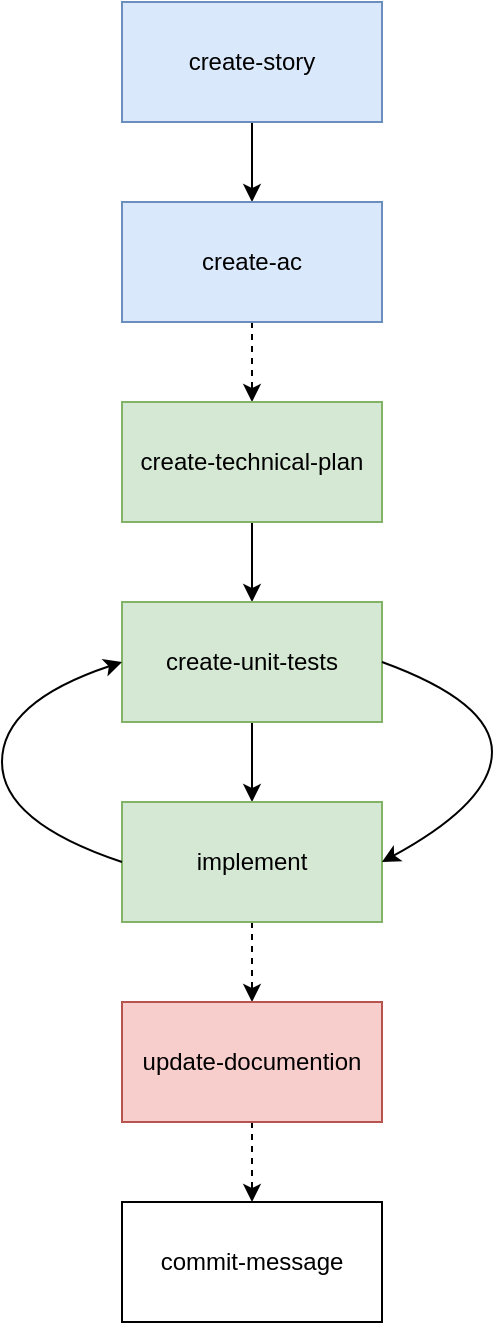
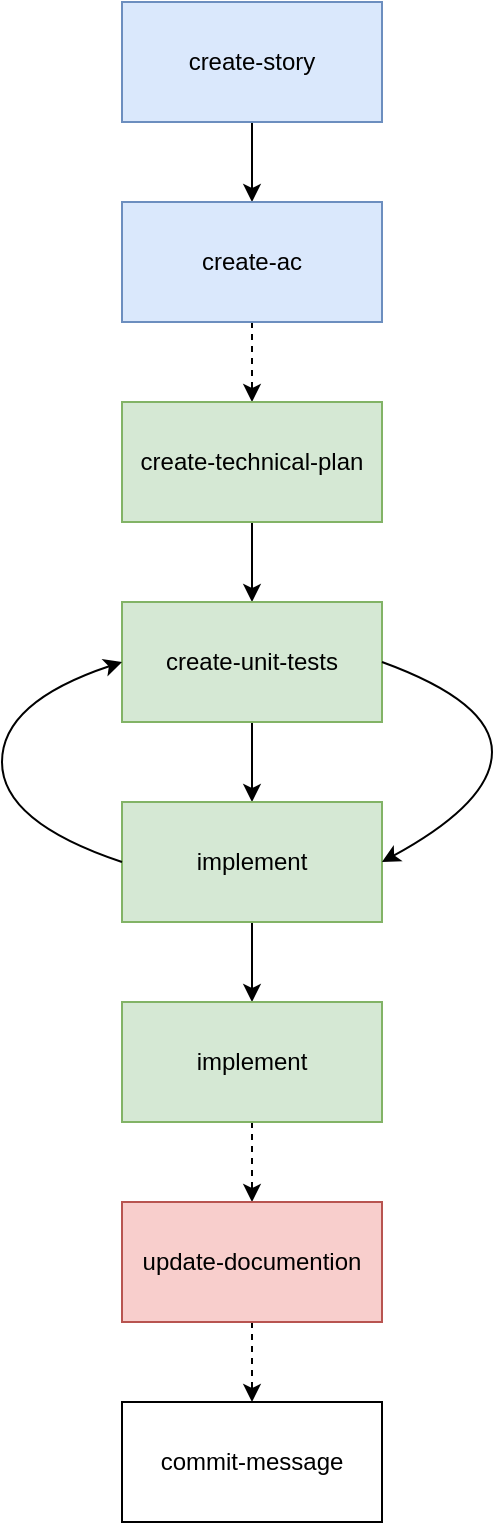
<mxfile host="65bd71144e">
    <diagram id="PQEypnXB2uoYxkG6yrzB" name="Page-1">
-         <mxGraphModel dx="447" dy="822" grid="1" gridSize="10" guides="1" tooltips="1" connect="1" arrows="1" fold="1" page="1" pageScale="1" pageWidth="850" pageHeight="1100" math="0" shadow="0">
+         <mxGraphModel dx="304" dy="643" grid="1" gridSize="10" guides="1" tooltips="1" connect="1" arrows="1" fold="1" page="1" pageScale="1" pageWidth="850" pageHeight="1100" math="0" shadow="0">
            <root>
                <mxCell id="0"/>
                <mxCell id="1" parent="0"/>
                <mxCell id="4" style="edgeStyle=none;html=1;entryX=0.5;entryY=0;entryDx=0;entryDy=0;" parent="1" source="2" target="3" edge="1">
                    <mxGeometry relative="1" as="geometry"/>
                </mxCell>
                <mxCell id="2" value="create-story" style="rounded=0;whiteSpace=wrap;html=1;fillColor=#dae8fc;strokeColor=#6c8ebf;" parent="1" vertex="1">
                    <mxGeometry x="200" y="280" width="130" height="60" as="geometry"/>
                </mxCell>
-                 <mxCell id="21" style="edgeStyle=none;html=1;entryX=0.5;entryY=0;entryDx=0;entryDy=0;dashed=1;" edge="1" parent="1" source="3" target="5">
+                 <mxCell id="21" style="edgeStyle=none;html=1;entryX=0.5;entryY=0;entryDx=0;entryDy=0;dashed=1;" parent="1" source="3" target="5" edge="1">
                    <mxGeometry relative="1" as="geometry"/>
                </mxCell>
                <mxCell id="3" value="create-ac" style="rounded=0;whiteSpace=wrap;html=1;fillColor=#dae8fc;strokeColor=#6c8ebf;" parent="1" vertex="1">
                    <mxGeometry x="200" y="380" width="130" height="60" as="geometry"/>
                </mxCell>
                <mxCell id="9" style="edgeStyle=none;html=1;entryX=0.5;entryY=0;entryDx=0;entryDy=0;" parent="1" source="5" target="8" edge="1">
                    <mxGeometry relative="1" as="geometry"/>
                </mxCell>
                <mxCell id="5" value="create-technical-plan" style="rounded=0;whiteSpace=wrap;html=1;fillColor=#d5e8d4;strokeColor=#82b366;" parent="1" vertex="1">
                    <mxGeometry x="200" y="480" width="130" height="60" as="geometry"/>
                </mxCell>
                <mxCell id="11" style="edgeStyle=none;html=1;entryX=0.5;entryY=0;entryDx=0;entryDy=0;" parent="1" source="8" target="10" edge="1">
                    <mxGeometry relative="1" as="geometry"/>
                </mxCell>
                <mxCell id="8" value="create-unit-tests" style="rounded=0;whiteSpace=wrap;html=1;fillColor=#d5e8d4;strokeColor=#82b366;" parent="1" vertex="1">
                    <mxGeometry x="200" y="580" width="130" height="60" as="geometry"/>
                </mxCell>
-                 <mxCell id="13" style="edgeStyle=none;html=1;entryX=0.5;entryY=0;entryDx=0;entryDy=0;dashed=1;" parent="1" source="10" target="12" edge="1">
+                 <mxCell id="13" style="edgeStyle=none;html=1;entryX=0.5;entryY=0;entryDx=0;entryDy=0;dashed=1;" parent="1" target="12" edge="1">
+                     <mxGeometry relative="1" as="geometry">
+                         <mxPoint x="265" y="840" as="sourcePoint"/>
+                     </mxGeometry>
+                 </mxCell>
+                 <mxCell id="23" style="edgeStyle=none;html=1;entryX=0.5;entryY=0;entryDx=0;entryDy=0;" edge="1" parent="1" source="10" target="22">
                    <mxGeometry relative="1" as="geometry"/>
                </mxCell>
                <mxCell id="10" value="implement" style="rounded=0;whiteSpace=wrap;html=1;fillColor=#d5e8d4;strokeColor=#82b366;" parent="1" vertex="1">
                    <mxGeometry x="200" y="680" width="130" height="60" as="geometry"/>
                </mxCell>
                <mxCell id="20" style="edgeStyle=none;html=1;entryX=0.5;entryY=0;entryDx=0;entryDy=0;dashed=1;" parent="1" source="12" target="19" edge="1">
                    <mxGeometry relative="1" as="geometry"/>
                </mxCell>
                <mxCell id="12" value="&lt;div&gt;update-&lt;span style=&quot;background-color: transparent;&quot;&gt;documention&lt;/span&gt;&lt;/div&gt;" style="rounded=0;whiteSpace=wrap;html=1;fillColor=#f8cecc;strokeColor=#b85450;" parent="1" vertex="1">
-                     <mxGeometry x="200" y="780" width="130" height="60" as="geometry"/>
+                     <mxGeometry x="200" y="880" width="130" height="60" as="geometry"/>
                </mxCell>
                <mxCell id="16" value="" style="curved=1;endArrow=classic;html=1;exitX=0;exitY=0.5;exitDx=0;exitDy=0;" parent="1" source="10" edge="1">
                    <mxGeometry width="50" height="50" relative="1" as="geometry">
                        <mxPoint x="160" y="710" as="sourcePoint"/>
                        <mxPoint x="200" y="610" as="targetPoint"/>
                        <Array as="points">
                            <mxPoint x="140" y="690"/>
                            <mxPoint x="140" y="630"/>
                        </Array>
                    </mxGeometry>
                </mxCell>
                <mxCell id="18" value="" style="curved=1;endArrow=none;html=1;exitX=0;exitY=0.5;exitDx=0;exitDy=0;startArrow=classic;startFill=1;endFill=0;" parent="1" edge="1">
                    <mxGeometry width="50" height="50" relative="1" as="geometry">
                        <mxPoint x="330" y="710" as="sourcePoint"/>
                        <mxPoint x="330" y="610" as="targetPoint"/>
                        <Array as="points">
                            <mxPoint x="385" y="680"/>
                            <mxPoint x="385" y="630"/>
                        </Array>
                    </mxGeometry>
                </mxCell>
                <mxCell id="19" value="&lt;div&gt;commit-message&lt;/div&gt;" style="rounded=0;whiteSpace=wrap;html=1;" parent="1" vertex="1">
-                     <mxGeometry x="200" y="880" width="130" height="60" as="geometry"/>
+                     <mxGeometry x="200" y="980" width="130" height="60" as="geometry"/>
+                 </mxCell>
+                 <mxCell id="22" value="implement" style="rounded=0;whiteSpace=wrap;html=1;fillColor=#d5e8d4;strokeColor=#82b366;" vertex="1" parent="1">
+                     <mxGeometry x="200" y="780" width="130" height="60" as="geometry"/>
                </mxCell>
            </root>
        </mxGraphModel>
    </diagram>
</mxfile>